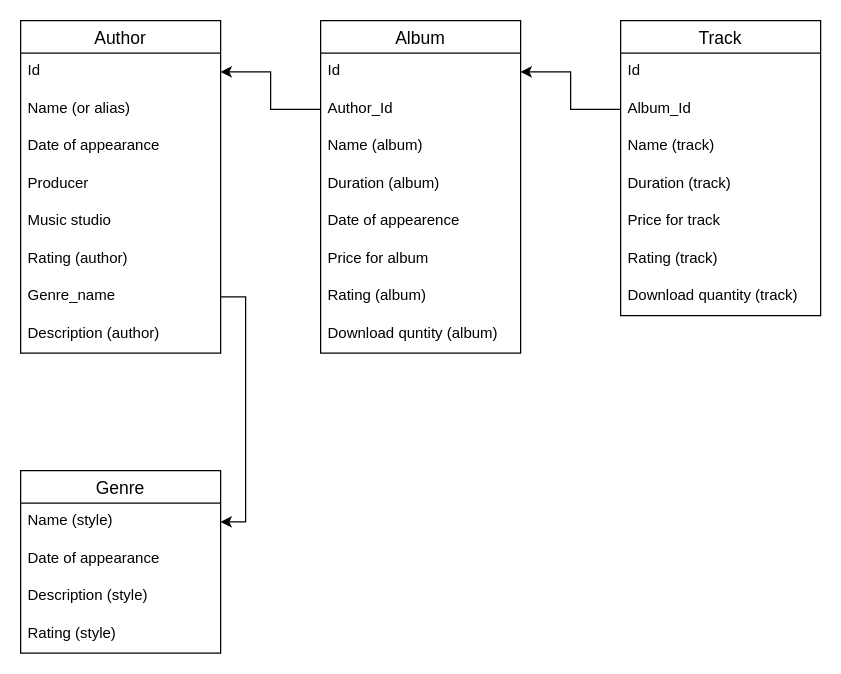
This is Untitled Diagram.drawio from Oleg-Stukalov/draw.io-schemes, a draw.io file, before an edit. Source tidied: cells renumbered, new cells numbered last; positions are measured from the earlier drawing's top-left corner, leaving out a move shared by most shapes. Both pictures are drawn from the tidied source at 125%, with x=0, y=0 at pixel (20, 20).
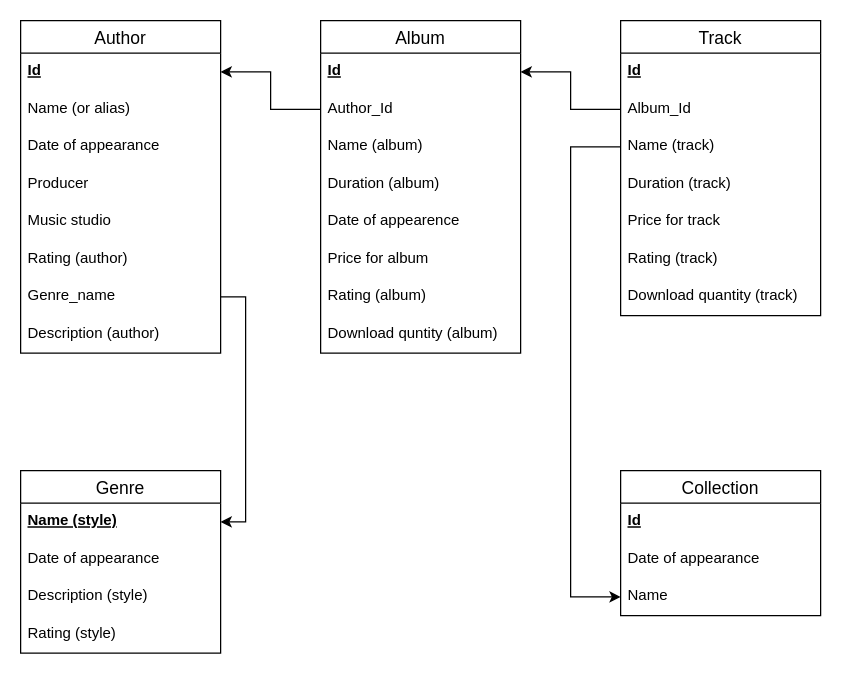
The same diagram, later.

The change refers to these unchanged cells:
```xml
<mxCell id="2" value="Album" style="swimlane;fontStyle=0;horizontal=1;startSize=26;align=center;fontSize=14;" parent="1" vertex="1">
  <mxGeometry x="240" width="160" height="266" as="geometry" />
</mxCell>
<mxCell id="11" value="Author" style="swimlane;fontStyle=0;horizontal=1;startSize=26;align=center;fontSize=14;" parent="1" vertex="1">
  <mxGeometry width="160" height="266" as="geometry" />
</mxCell>
<mxCell id="20" value="Track" style="swimlane;fontStyle=0;horizontal=1;startSize=26;align=center;fontSize=14;" parent="1" vertex="1">
  <mxGeometry x="480" width="160" height="236" as="geometry" />
</mxCell>
<mxCell id="23" value="Name (track)" style="text;strokeColor=none;fillColor=none;spacingLeft=4;spacingRight=4;overflow=hidden;points=[[0,0.5],[1,0.5]];portConstraint=eastwest;fontSize=12;" parent="20" vertex="1">
  <mxGeometry y="86" width="160" height="30" as="geometry" />
</mxCell>
<mxCell id="28" value="Genre" style="swimlane;fontStyle=0;horizontal=1;startSize=26;align=center;fontSize=14;" parent="1" vertex="1">
  <mxGeometry y="360" width="160" height="146" as="geometry" />
</mxCell>
```

What changed in the source:
```diff
@@
-    <mxCell id="3" value="Id" style="text;strokeColor=none;fillColor=none;spacingLeft=4;spacingRight=4;overflow=hidden;points=[[0,0.5],[1,0.5]];portConstraint=eastwest;fontSize=12;" parent="2" vertex="1">
+    <mxCell id="3" value="Id" style="text;strokeColor=none;fillColor=none;spacingLeft=4;spacingRight=4;overflow=hidden;points=[[0,0.5],[1,0.5]];portConstraint=eastwest;fontSize=12;fontStyle=5;" parent="2" vertex="1">
       <mxGeometry y="26" width="160" height="30" as="geometry" />
     </mxCell>
@@
-    <mxCell id="12" value="Id" style="text;strokeColor=none;fillColor=none;spacingLeft=4;spacingRight=4;overflow=hidden;points=[[0,0.5],[1,0.5]];portConstraint=eastwest;fontSize=12;" parent="11" vertex="1">
+    <mxCell id="12" value="Id" style="text;strokeColor=none;fillColor=none;spacingLeft=4;spacingRight=4;overflow=hidden;points=[[0,0.5],[1,0.5]];portConstraint=eastwest;fontSize=12;fontStyle=5;" parent="11" vertex="1">
       <mxGeometry y="26" width="160" height="30" as="geometry" />
     </mxCell>
@@
-    <mxCell id="21" value="Id" style="text;strokeColor=none;fillColor=none;spacingLeft=4;spacingRight=4;overflow=hidden;fontSize=12;" parent="20" vertex="1">
+    <mxCell id="21" value="Id" style="text;strokeColor=none;fillColor=none;spacingLeft=4;spacingRight=4;overflow=hidden;fontSize=12;fontStyle=5;" parent="20" vertex="1">
       <mxGeometry y="26" width="160" height="30" as="geometry" />
     </mxCell>
@@
-    <mxCell id="29" value="Name (style)" style="text;strokeColor=none;fillColor=none;spacingLeft=4;spacingRight=4;overflow=hidden;points=[[0,0.5],[1,0.5]];portConstraint=eastwest;fontSize=12;" parent="28" vertex="1">
+    <mxCell id="29" value="Name (style)" style="text;strokeColor=none;fillColor=none;spacingLeft=4;spacingRight=4;overflow=hidden;points=[[0,0.5],[1,0.5]];portConstraint=eastwest;fontSize=12;fontStyle=5;" parent="28" vertex="1">
       <mxGeometry y="26" width="160" height="30" as="geometry" />
     </mxCell>
@@
+    <mxCell id="36" value="Collection" style="swimlane;fontStyle=0;horizontal=1;startSize=26;align=center;fontSize=14;" parent="1" vertex="1">
+      <mxGeometry x="480" y="360" width="160" height="116" as="geometry" />
+    </mxCell>
+    <mxCell id="37" value="Id" style="text;strokeColor=none;fillColor=none;spacingLeft=4;spacingRight=4;overflow=hidden;fontSize=12;fontStyle=5;" parent="36" vertex="1">
+      <mxGeometry y="26" width="160" height="30" as="geometry" />
+    </mxCell>
+    <mxCell id="38" value="Date of appearance" style="text;strokeColor=none;fillColor=none;spacingLeft=4;spacingRight=4;overflow=hidden;fontSize=12;" parent="36" vertex="1">
+      <mxGeometry y="56" width="160" height="30" as="geometry" />
+    </mxCell>
+    <mxCell id="39" value="Name" style="text;strokeColor=none;fillColor=none;spacingLeft=4;spacingRight=4;overflow=hidden;points=[[0,0.5],[1,0.5]];portConstraint=eastwest;fontSize=12;" parent="36" vertex="1">
+      <mxGeometry y="86" width="160" height="30" as="geometry" />
+    </mxCell>
+    <mxCell id="40" style="edgeStyle=orthogonalEdgeStyle;rounded=0;jettySize=auto;html=1;exitX=0;exitY=0.5;exitDx=0;exitDy=0;entryX=0;entryY=0.5;entryDx=0;entryDy=0;" parent="1" edge="1" source="23" target="39">
+      <mxGeometry relative="1" as="geometry">
+        <Array as="points">
+          <mxPoint x="440" y="101" />
+          <mxPoint x="440" y="461" />
+        </Array>
+      </mxGeometry>
+    </mxCell>
```
